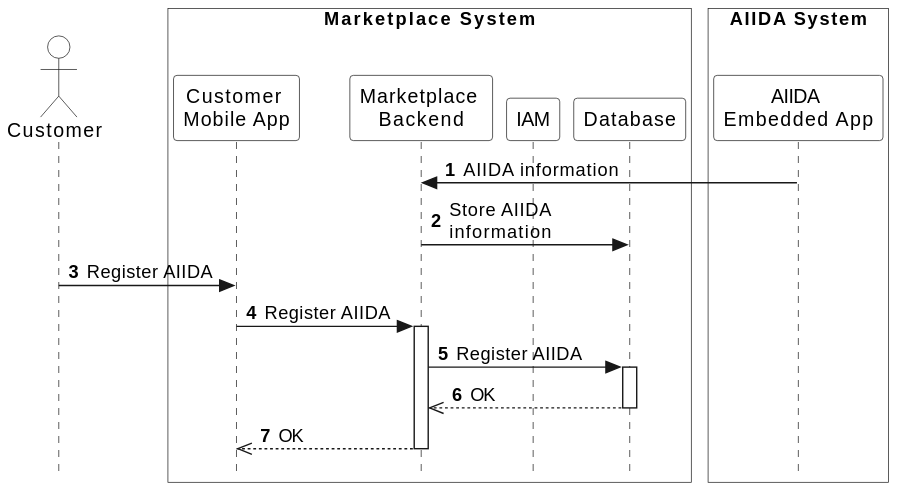
eddie-energy/architecture keeps this PlantUML diagram as arc42/marketplace/runtime-view/figures/marketplace-register-aiida.svg. Above is the earlier version.
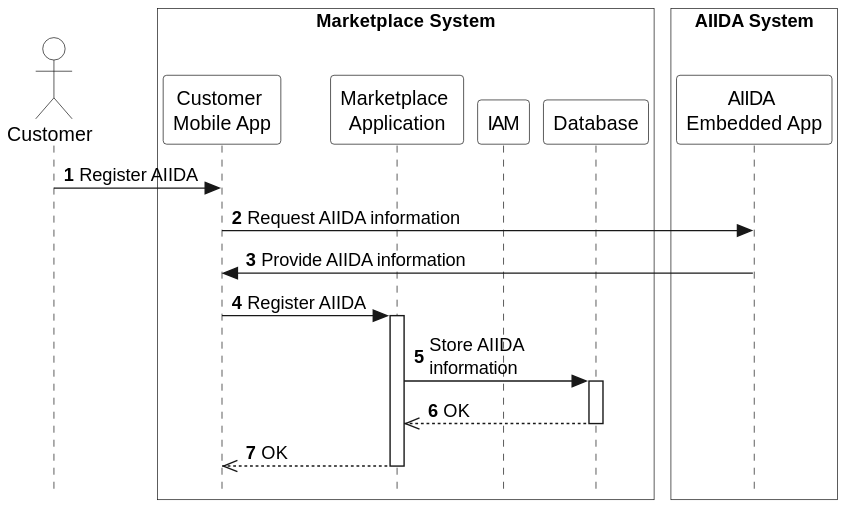
Above is the later version.

Change to the diagram source:
```diff
@@ -11,7 +11,7 @@
 actor "Customer" as customer
 box "Marketplace System" #transparent
   participant "Customer \nMobile App" as app
-  participant "Marketplace \nBackend" as marketplace
+  participant "Marketplace \nApplication" as marketplace
   participant "IAM" as iam
   participant "Database" as database
 end box
@@ -20,12 +20,12 @@
   participant "AIIDA \nEmbedded App" as aiida
 end box
 
-aiida -> marketplace : AIIDA information
-marketplace -> database : Store AIIDA \ninformation
 customer -> app : Register AIIDA
+app -> aiida : Request AIIDA information
+aiida -> app : Provide AIIDA information
 app -> marketplace : Register AIIDA
 activate marketplace
-marketplace -> database : Register AIIDA
+marketplace -> database : Store AIIDA \ninformation
 activate database
 database -->> marketplace : OK
 deactivate database
```
